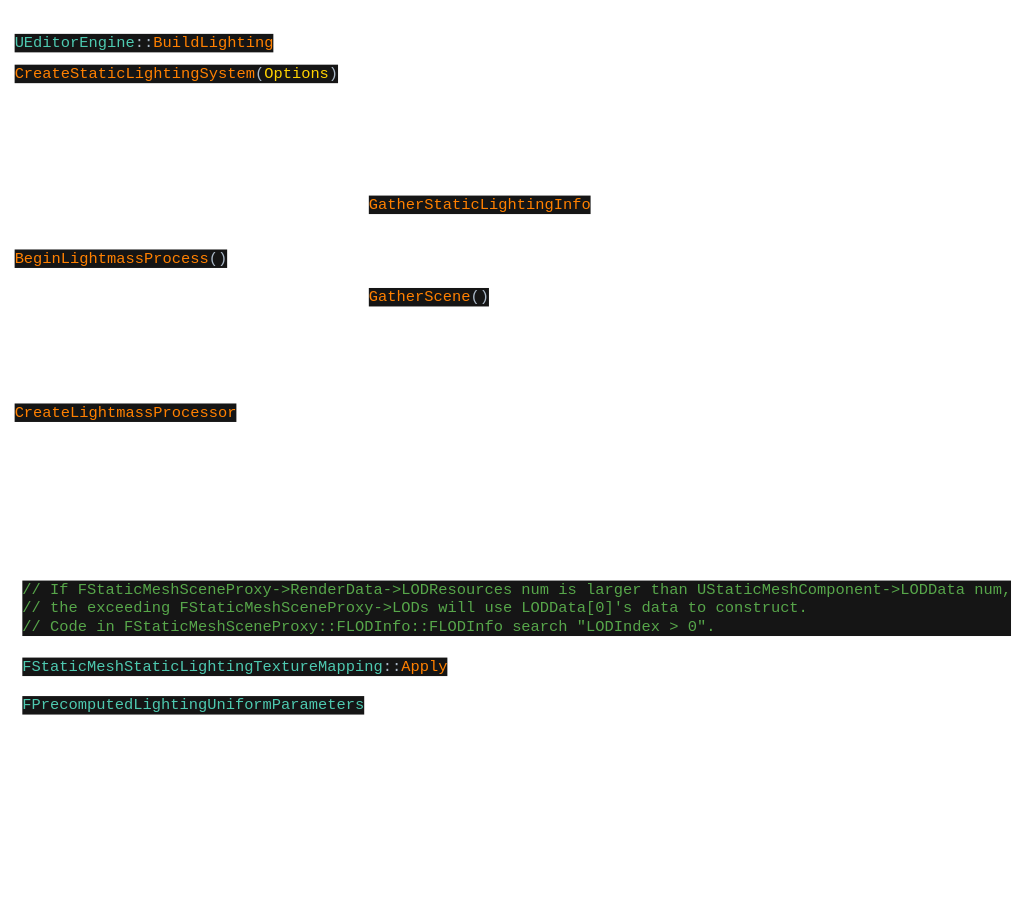
The draw.io diagram page "Lightmap" (6 of 6) of EngineLoop.drawio in stellarnull/drawio, before the edit. Source tidied: cells renumbered, new cells numbered last; positions are measured from the earlier drawing's top-left corner, leaving out a move shared by most shapes. Both pictures are drawn from the tidied source at 77%, with x=0, y=0 at pixel (13, 13).
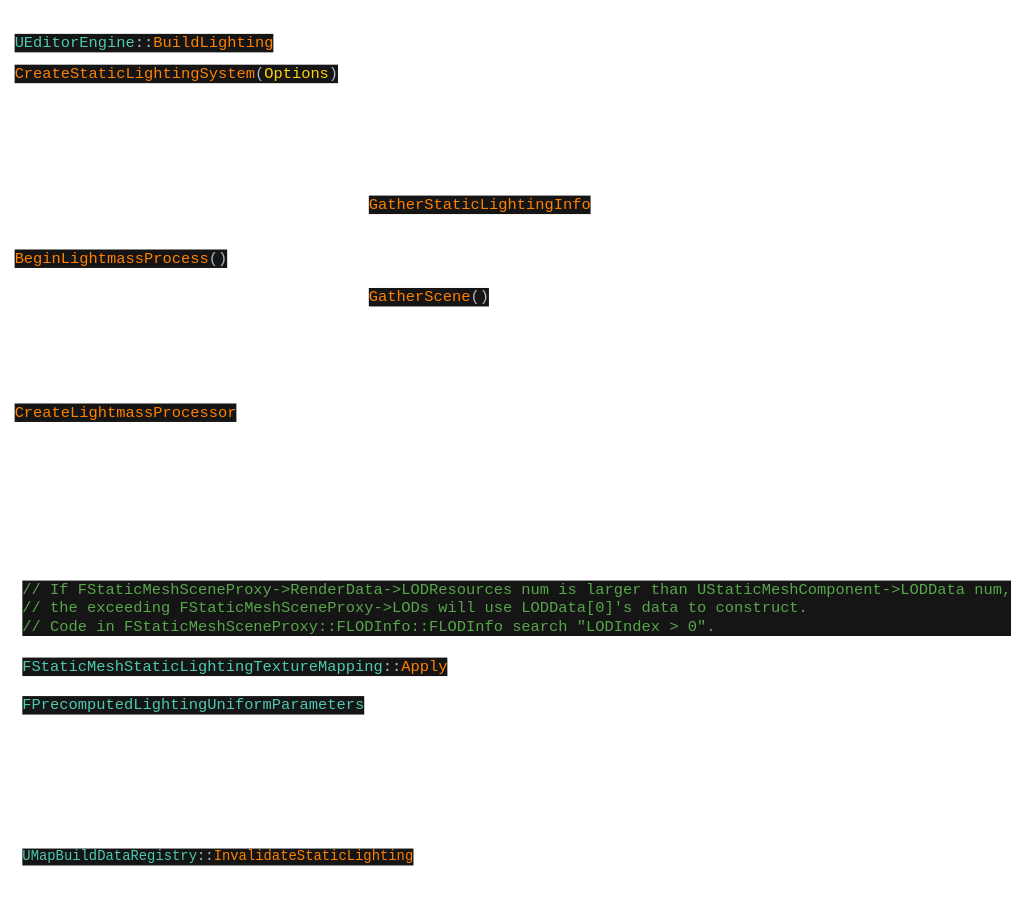
The same diagram, later.

Change to the diagram source:
```diff
@@
 <mxGraphModel>
   <root>
     <mxCell id="0" />
     <mxCell id="1" parent="0" />
     <mxCell id="2" value="&lt;div style=&quot;background-color:#151515;color:#a9b7c6&quot;&gt;&lt;pre style=&quot;font-family:'Consolas',monospace;font-size:15.0pt;&quot;&gt;&lt;span style=&quot;color:#4ec9b0;&quot;&gt;UEditorEngine&lt;/span&gt;::&lt;span style=&quot;color:#ff8000;&quot;&gt;BuildLighting&lt;/span&gt;&lt;/pre&gt;&lt;/div&gt;" style="text;whiteSpace=wrap;html=1;" parent="1" vertex="1">
       <mxGeometry width="340" height="90" as="geometry" />
     </mxCell>
     <mxCell id="3" value="&lt;div style=&quot;background-color:#151515;color:#a9b7c6&quot;&gt;&lt;pre style=&quot;font-family:'Consolas',monospace;font-size:15.0pt;&quot;&gt;&lt;span style=&quot;color:#ff8000;&quot;&gt;CreateStaticLightingSystem&lt;/span&gt;(&lt;span style=&quot;color:#ffd200;&quot;&gt;Options&lt;/span&gt;)&lt;/pre&gt;&lt;/div&gt;" style="text;whiteSpace=wrap;html=1;" parent="1" vertex="1">
       <mxGeometry y="40" width="420" height="90" as="geometry" />
     </mxCell>
     <mxCell id="4" value="&lt;div style=&quot;background-color:#151515;color:#a9b7c6&quot;&gt;&lt;pre style=&quot;font-family:'Consolas',monospace;font-size:15.0pt;&quot;&gt;&lt;span style=&quot;color:#ff8000;&quot;&gt;BeginLightmassProcess&lt;/span&gt;()&lt;/pre&gt;&lt;/div&gt;" style="text;whiteSpace=wrap;html=1;" parent="1" vertex="1">
       <mxGeometry y="280" width="290" height="90" as="geometry" />
     </mxCell>
     <mxCell id="5" value="&lt;div style=&quot;background-color:#151515;color:#a9b7c6&quot;&gt;&lt;pre style=&quot;font-family:'Consolas',monospace;font-size:15.0pt;&quot;&gt;&lt;span style=&quot;color:#ff8000;&quot;&gt;CreateLightmassProcessor&lt;/span&gt;&lt;/pre&gt;&lt;/div&gt;" style="text;whiteSpace=wrap;html=1;" parent="1" vertex="1">
       <mxGeometry y="480" width="300" height="90" as="geometry" />
     </mxCell>
     <mxCell id="6" value="&lt;div style=&quot;background-color:#151515;color:#a9b7c6&quot;&gt;&lt;pre style=&quot;font-family:'Consolas',monospace;font-size:15.0pt;&quot;&gt;&lt;span style=&quot;color:#ff8000;&quot;&gt;GatherStaticLightingInfo&lt;/span&gt;&lt;/pre&gt;&lt;/div&gt;" style="text;whiteSpace=wrap;html=1;" parent="1" vertex="1">
       <mxGeometry x="460" y="210" width="300" height="90" as="geometry" />
     </mxCell>
     <mxCell id="7" value="&lt;div style=&quot;background-color:#151515;color:#a9b7c6&quot;&gt;&lt;pre style=&quot;font-family:'Consolas',monospace;font-size:15.0pt;&quot;&gt;&lt;span style=&quot;color:#ff8000;&quot;&gt;GatherScene&lt;/span&gt;()&lt;/pre&gt;&lt;/div&gt;" style="text;whiteSpace=wrap;html=1;" parent="1" vertex="1">
       <mxGeometry x="460" y="330" width="180" height="90" as="geometry" />
     </mxCell>
     <mxCell id="8" value="&lt;div style=&quot;background-color:#151515;color:#a9b7c6&quot;&gt;&lt;pre style=&quot;font-family:'Consolas',monospace;font-size:15.0pt;&quot;&gt;&lt;span style=&quot;color:#4ec9b0;&quot;&gt;FStaticMeshStaticLightingTextureMapping&lt;/span&gt;::&lt;span style=&quot;color:#ff8000;&quot;&gt;Apply&lt;/span&gt;&lt;/pre&gt;&lt;/div&gt;" style="text;whiteSpace=wrap;html=1;" parent="1" vertex="1">
       <mxGeometry x="10" y="810" width="560" height="90" as="geometry" />
     </mxCell>
     <mxCell id="9" value="&lt;div style=&quot;background-color:#151515;color:#a9b7c6&quot;&gt;&lt;pre style=&quot;font-family:'Consolas',monospace;font-size:15.0pt;&quot;&gt;&lt;span style=&quot;color:#4ec9b0;&quot;&gt;FPrecomputedLightingUniformParameters&lt;/span&gt;&lt;/pre&gt;&lt;/div&gt;" style="text;whiteSpace=wrap;html=1;" parent="1" vertex="1">
       <mxGeometry x="10" y="860" width="440" height="90" as="geometry" />
     </mxCell>
     <mxCell id="10" value="&lt;div style=&quot;background-color:#151515;color:#a9b7c6&quot;&gt;&lt;pre style=&quot;font-family:'Consolas',monospace;font-size:15.0pt;&quot;&gt;&lt;span style=&quot;color:#57a64a;&quot;&gt;// If FStaticMeshSceneProxy-&amp;gt;RenderData-&amp;gt;LODResources num is larger than UStaticMeshComponent-&amp;gt;LODData num,&lt;br&gt;&lt;/span&gt;&lt;span style=&quot;color:#57a64a;&quot;&gt;// the exceeding FStaticMeshSceneProxy-&amp;gt;LODs will use LODData[0]'s data to construct.&lt;br&gt;&lt;/span&gt;&lt;span style=&quot;color:#57a64a;&quot;&gt;// Code in FStaticMeshSceneProxy::FLODInfo::FLODInfo search &quot;LODIndex &amp;gt; 0&quot;.&lt;/span&gt;&lt;/pre&gt;&lt;/div&gt;" style="text;whiteSpace=wrap;html=1;" parent="1" vertex="1">
       <mxGeometry x="10" y="710" width="560" height="140" as="geometry" />
     </mxCell>
+    <mxCell id="11" value="&lt;div style=&quot;background-color:#151515;color:#a9b7c6&quot;&gt;&lt;pre style=&quot;font-family:'Consolas',monospace;font-size:13.5pt;&quot;&gt;&lt;span style=&quot;color:#4ec9b0;&quot;&gt;UMapBuildDataRegistry&lt;/span&gt;::&lt;span style=&quot;color:#ff8000;&quot;&gt;InvalidateStaticLighting&lt;/span&gt;&lt;/pre&gt;&lt;/div&gt;" style="text;whiteSpace=wrap;html=1;" parent="1" vertex="1">
+      <mxGeometry x="10" y="1060" width="500" height="80" as="geometry" />
+    </mxCell>
   </root>
 </mxGraphModel>
```
